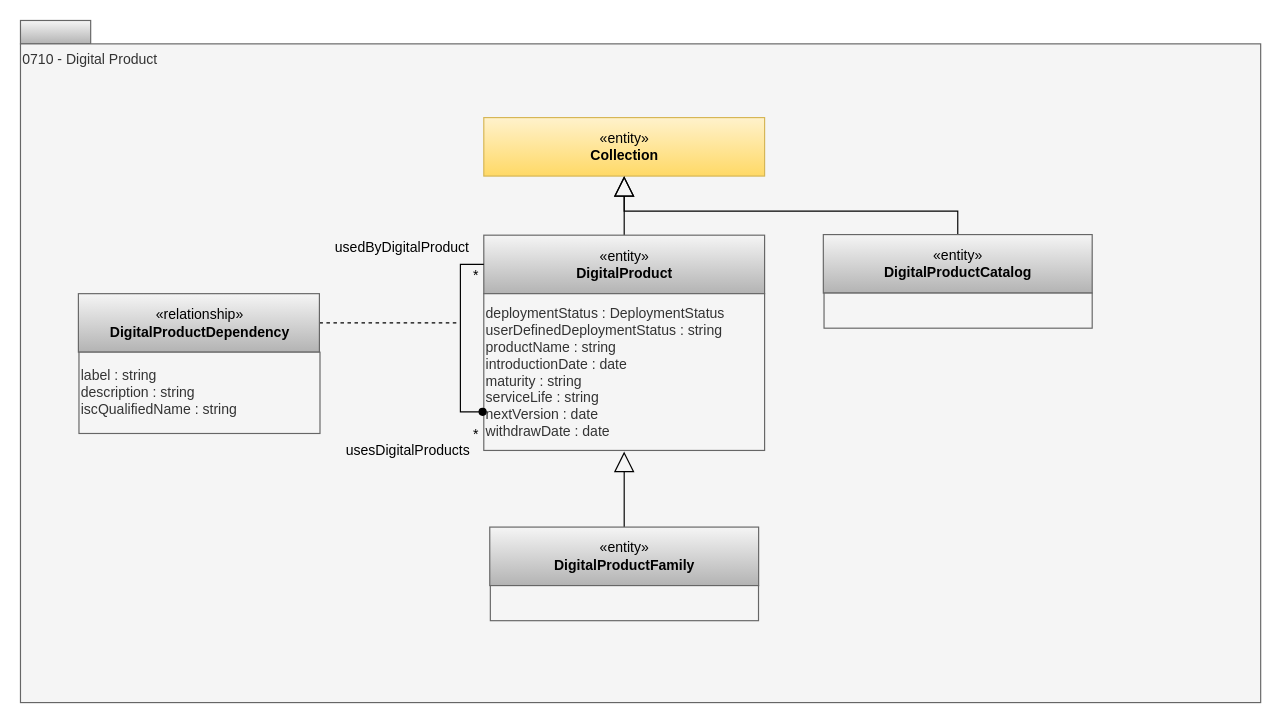
The draw.io diagram page "0710-Digital-Products" (3 of 19) of site/docs/types/7/area-7-lineage.drawio in odpi/egeria-docs, before the edit. Source tidied: cells renumbered, new cells numbered last; positions are measured from the earlier drawing's top-left corner, leaving out a move shared by most shapes. Both pictures are drawn from the tidied source at 117%, with x=0, y=0 at pixel (20, 20).
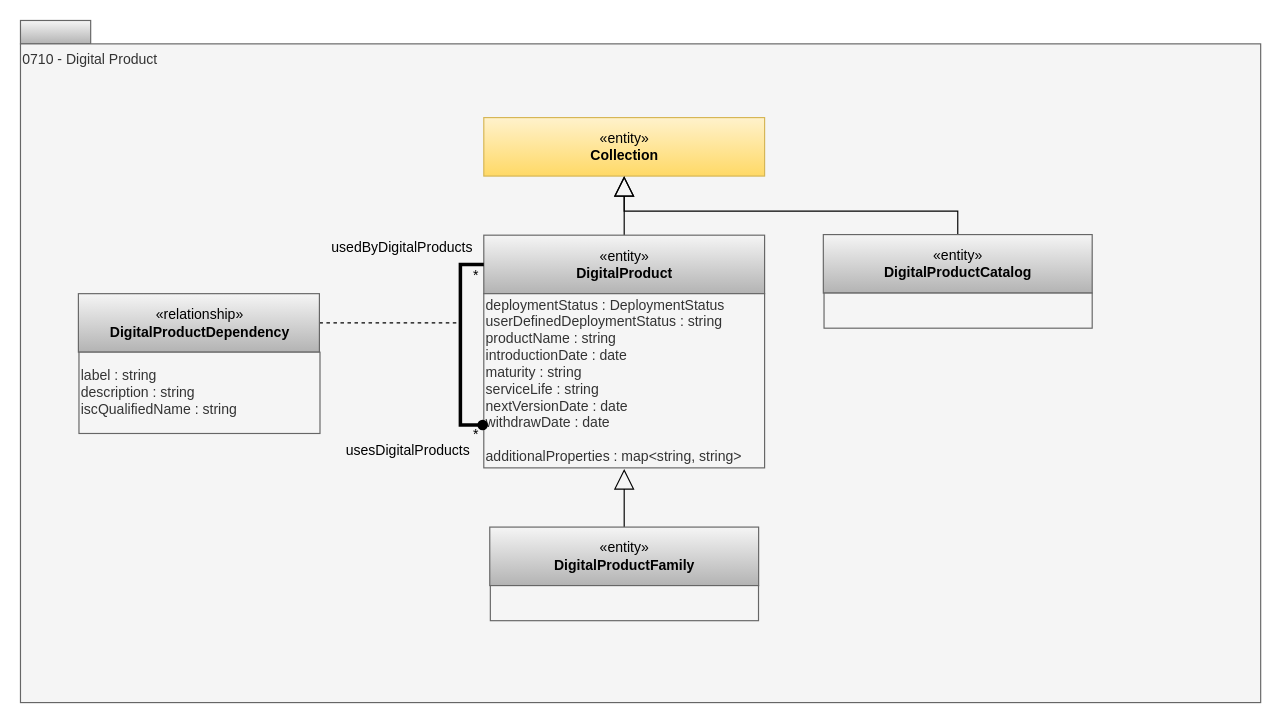
The same diagram, later.

The change refers to these unchanged cells:
```xml
<mxCell id="5" value="«entity»&lt;br&gt;&lt;b&gt;DigitalProduct&lt;br&gt;&lt;/b&gt;" style="html=1;strokeColor=#666666;align=center;fillColor=#f5f5f5;gradientColor=#b3b3b3;" parent="1" vertex="1">
  <mxGeometry x="396" y="183.5" width="240" height="50" as="geometry" />
</mxCell>
```

Change to the diagram source:
```diff
@@
-    <mxCell id="6" value="deploymentStatus : DeploymentStatus&lt;div&gt;userDefinedDeploymentStatus : string&lt;div&gt;productName : string&lt;/div&gt;&lt;div&gt;introductionDate : date&lt;br&gt;maturity : string&lt;br&gt;serviceLife : string&lt;br&gt;nextVersion : date&lt;br&gt;withdrawDate : date&lt;br&gt;&lt;/div&gt;&lt;div style=&quot;text-align: left&quot;&gt;&lt;/div&gt;&lt;/div&gt;" style="rounded=0;whiteSpace=wrap;html=1;strokeColor=#666666;align=left;perimeterSpacing=1;fillColor=#f5f5f5;fontColor=#333333;" parent="1" vertex="1">
-      <mxGeometry x="396" y="233.5" width="240" height="134" as="geometry" />
+    <mxCell id="6" value="deploymentStatus : DeploymentStatus&lt;div&gt;userDefinedDeploymentStatus : string&lt;div&gt;productName : string&lt;/div&gt;&lt;div&gt;introductionDate : date&lt;br&gt;maturity : string&lt;br&gt;serviceLife : string&lt;br&gt;nextVersionDate : date&lt;br&gt;withdrawDate : date&lt;br&gt;&lt;/div&gt;&lt;div style=&quot;text-align: left&quot;&gt;&lt;/div&gt;&lt;/div&gt;&lt;br&gt;additionalProperties : map&amp;lt;string, string&amp;gt;" style="rounded=0;whiteSpace=wrap;html=1;strokeColor=#666666;align=left;perimeterSpacing=1;fillColor=#f5f5f5;fontColor=#333333;" parent="1" vertex="1">
+      <mxGeometry x="396" y="233.5" width="240" height="148.9" as="geometry" />
     </mxCell>
@@
-    <mxCell id="11" value="usedByDigitalProduct" style="text;html=1;align=center;verticalAlign=top;spacingTop=-4;" parent="1" vertex="1">
+    <mxCell id="11" value="usedByDigitalProducts" style="text;html=1;align=center;verticalAlign=top;spacingTop=-4;" parent="1" vertex="1">
       <mxGeometry x="256" y="183.5" width="140" height="20" as="geometry" />
     </mxCell>
@@
-    <mxCell id="15" style="edgeStyle=orthogonalEdgeStyle;rounded=0;html=1;exitX=0;exitY=0.75;entryX=0;entryY=0.5;endArrow=none;endFill=0;jettySize=auto;entryDx=0;entryDy=0;exitDx=0;exitDy=0;startArrow=oval;startFill=1;" parent="1" edge="1" source="6" target="5">
+    <mxCell id="15" style="edgeStyle=orthogonalEdgeStyle;rounded=0;html=1;exitX=0;exitY=0.75;entryX=0;entryY=0.5;endArrow=none;endFill=0;jettySize=auto;entryDx=0;entryDy=0;exitDx=0;exitDy=0;startArrow=oval;startFill=1;strokeWidth=3;" parent="1" edge="1" source="6" target="5">
       <mxGeometry relative="1" as="geometry" />
     </mxCell>
```
